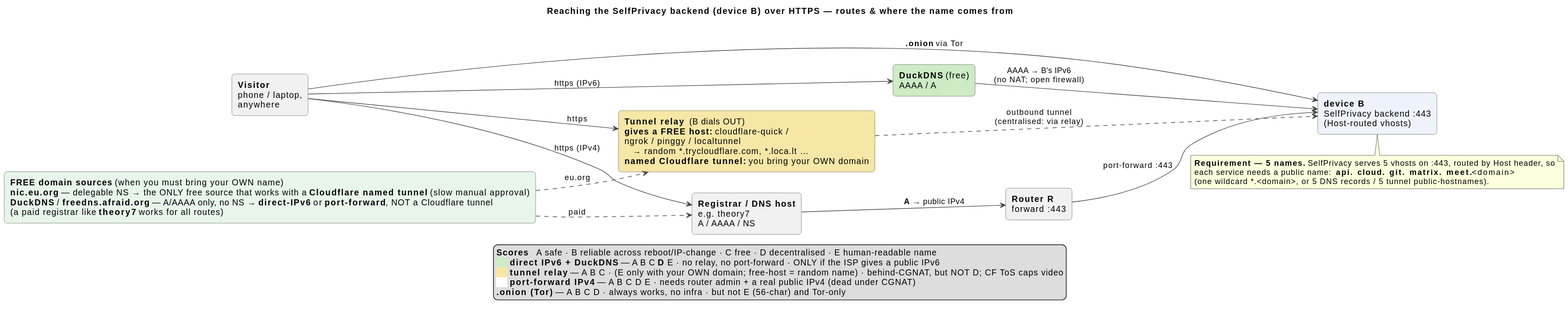
selfprivacy-over-alternative-nets/dev-dashboard keeps this PlantUML diagram as docs/tunneling.svg. Above is the earlier version. Its source is kept beside it as docs/tunneling.puml.
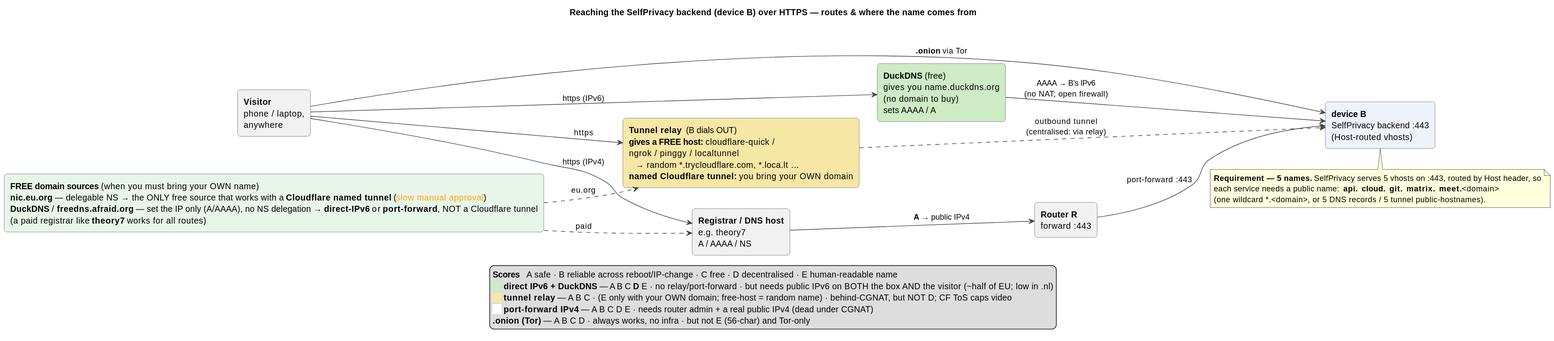
Later version of the same file.

Commit message:
tunneling diagram: orange "slow manual approval"; DuckDNS gives a free name (no domain); IPv6 needs v6 on both ends

The edit, as a diff of the source:
```diff
@@ -15,7 +15,7 @@
 rectangle "**device B**\nSelfPrivacy backend :443\n(Host-routed vhosts)" as B #EEF3FB
 
 rectangle "**Tunnel relay**  (B dials OUT)\n**gives a FREE host:** cloudflare-quick /\nngrok / pinggy / localtunnel\n   → random *.trycloudflare.com, *.loca.lt …\n**named Cloudflare tunnel:** you bring your OWN domain" as T #F7E7A6
-rectangle "**DuckDNS** (free)\nAAAA / A" as DD #CDEBC5
+rectangle "**DuckDNS** (free)\ngives you  name.duckdns.org\n(no domain to buy)\nsets AAAA / A" as DD #CDEBC5
 rectangle "**Registrar / DNS host**\ne.g. theory7\nA / AAAA / NS" as REG
 rectangle "**Router R**\nforward :443" as R
 
@@ -37,13 +37,13 @@
   (one wildcard *.<domain>, or 5 DNS records / 5 tunnel public-hostnames).
 end note
 
-rectangle "**FREE domain sources** (when you must bring your OWN name)\n**nic.eu.org** — delegable NS → the ONLY free source that works with a **Cloudflare named tunnel** (slow manual approval)\n**DuckDNS** / **freedns.afraid.org** — A/AAAA only, no NS → **direct-IPv6** or **port-forward**, NOT a Cloudflare tunnel\n(a paid registrar like **theory7** works for all routes)" as SRC #E8F5E9
+rectangle "**FREE domain sources** (when you must bring your OWN name)\n**nic.eu.org** — delegable NS → the ONLY free source that works with a **Cloudflare named tunnel** (<color:orange>slow manual approval</color>)\n**DuckDNS** / **freedns.afraid.org** — set the IP only (A/AAAA), no NS delegation → **direct-IPv6** or **port-forward**, NOT a Cloudflare tunnel\n(a paid registrar like **theory7** works for all routes)" as SRC #E8F5E9
 SRC ..> T   : eu.org
 SRC ..> REG : paid
 
 legend bottom
 <b>Scores</b>   A safe · B reliable across reboot/IP-change · C free · D decentralised · E human-readable name
-<back:#CDEBC5>    </back> <b>direct IPv6 + DuckDNS</b> — A B C <b>D</b> E · no relay, no port-forward · ONLY if the ISP gives a public IPv6
+<back:#CDEBC5>    </back> <b>direct IPv6 + DuckDNS</b> — A B C <b>D</b> E · no relay/port-forward · but needs public IPv6 on BOTH the box AND the visitor (~half of EU; low in .nl)
 <back:#F7E7A6>    </back> <b>tunnel relay</b> — A B C · (E only with your OWN domain; free-host = random name) · behind-CGNAT, but NOT D; CF ToS caps video
 <back:#FFFFFF>    </back> <b>port-forward IPv4</b> — A B C D E · needs router admin + a real public IPv4 (dead under CGNAT)
 <b>.onion (Tor)</b> — A B C D · always works, no infra · but not E (56-char) and Tor-only
```
